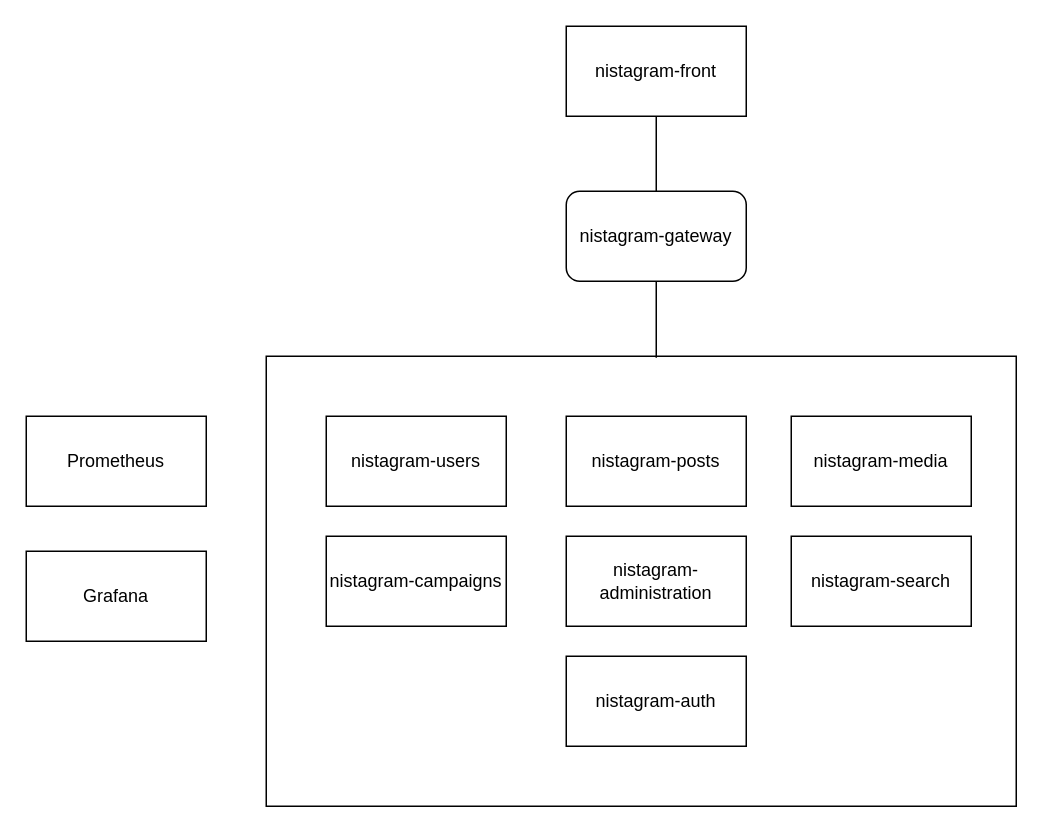
Nistagram-Organization/nistagram-infrastructure keeps this draw.io diagram as infrastructure/nistagram-infrastructure.drawio. Above is the earlier version. Source tidied: cells renumbered, new cells numbered last; positions are measured from the earlier drawing's top-left corner, leaving out a move shared by most shapes. Both pictures are drawn from the tidied source at 150%, with x=0, y=0 at pixel (26, 26).
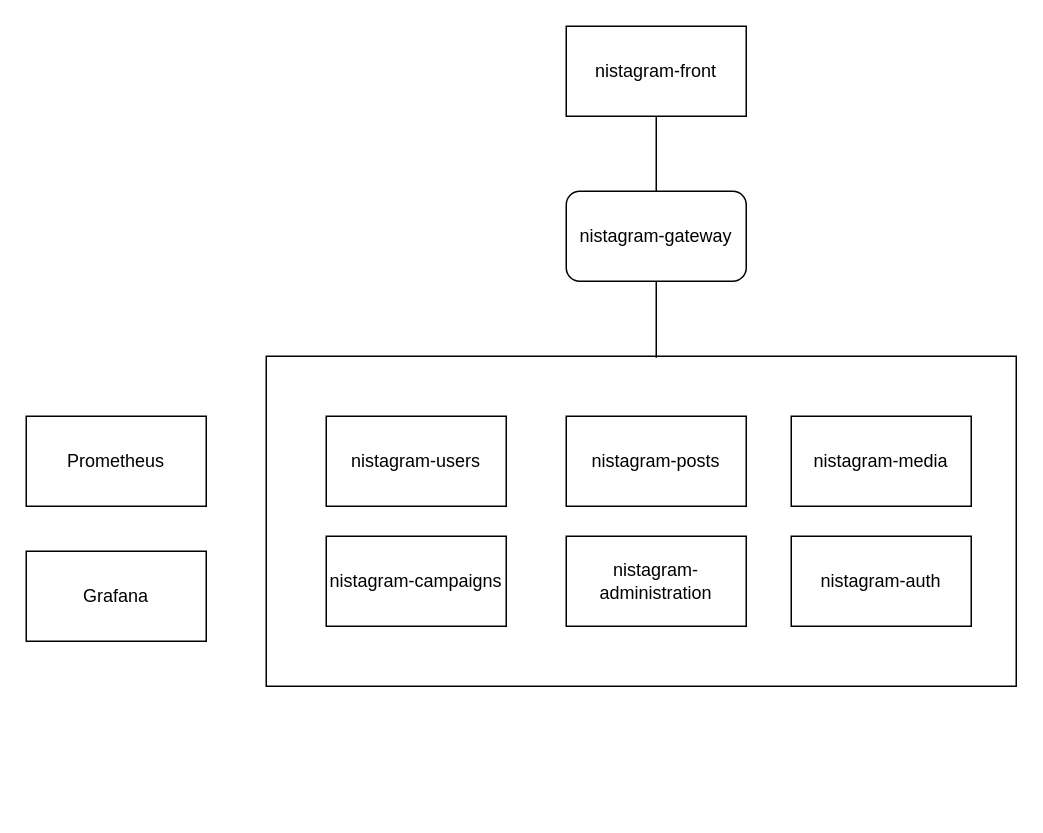
The same diagram, later.

The edit, as a diff of the source:
```diff
@@
 <mxGraphModel>
   <root>
     <mxCell id="0" />
     <mxCell id="1" parent="0" />
     <mxCell id="2" style="rounded=0;whiteSpace=wrap;html=1;" parent="1" vertex="1">
-      <mxGeometry x="160" y="220" width="500" height="300" as="geometry" />
+      <mxGeometry x="160" y="220" width="500" height="220" as="geometry" />
     </mxCell>
     <mxCell id="3" value="nistagram-front" style="rounded=0;whiteSpace=wrap;html=1;" parent="1" vertex="1">
       <mxGeometry x="360" width="120" height="60" as="geometry" />
     </mxCell>
     <mxCell id="4" value="nistagram-gateway" style="rounded=1;whiteSpace=wrap;html=1;" parent="1" vertex="1">
       <mxGeometry x="360" y="110" width="120" height="60" as="geometry" />
     </mxCell>
     <mxCell id="5" value="nistagram-users" style="rounded=0;whiteSpace=wrap;html=1;" parent="1" vertex="1">
       <mxGeometry x="200" y="260" width="120" height="60" as="geometry" />
     </mxCell>
     <mxCell id="6" value="nistagram-posts" style="rounded=0;whiteSpace=wrap;html=1;" parent="1" vertex="1">
       <mxGeometry x="360" y="260" width="120" height="60" as="geometry" />
     </mxCell>
     <mxCell id="7" value="nistagram-media" style="rounded=0;whiteSpace=wrap;html=1;" parent="1" vertex="1">
       <mxGeometry x="510" y="260" width="120" height="60" as="geometry" />
     </mxCell>
     <mxCell id="8" value="nistagram-campaigns" style="rounded=0;whiteSpace=wrap;html=1;" parent="1" vertex="1">
       <mxGeometry x="200" y="340" width="120" height="60" as="geometry" />
     </mxCell>
     <mxCell id="9" value="nistagram-administration" style="rounded=0;whiteSpace=wrap;html=1;" parent="1" vertex="1">
       <mxGeometry x="360" y="340" width="120" height="60" as="geometry" />
     </mxCell>
     <mxCell id="10" value="Prometheus" style="rounded=0;whiteSpace=wrap;html=1;" parent="1" vertex="1">
       <mxGeometry y="260" width="120" height="60" as="geometry" />
     </mxCell>
     <mxCell id="11" value="Grafana" style="rounded=0;whiteSpace=wrap;html=1;" parent="1" vertex="1">
       <mxGeometry y="350" width="120" height="60" as="geometry" />
     </mxCell>
     <mxCell id="12" style="endArrow=none;html=1;strokeColor=#000000;entryX=0.5;entryY=1;entryDx=0;entryDy=0;" parent="1" edge="1" target="4">
       <mxGeometry relative="1" as="geometry">
         <mxPoint x="420" y="221" as="sourcePoint" />
       </mxGeometry>
     </mxCell>
     <mxCell id="13" style="endArrow=none;html=1;strokeColor=#000000;entryX=0.5;entryY=1;entryDx=0;entryDy=0;" parent="1" edge="1" target="3">
       <mxGeometry relative="1" as="geometry">
         <mxPoint x="420" y="110" as="sourcePoint" />
       </mxGeometry>
     </mxCell>
-    <mxCell id="14" value="nistagram-search" style="rounded=0;whiteSpace=wrap;html=1;" parent="1" vertex="1">
-      <mxGeometry x="510" y="340" width="120" height="60" as="geometry" />
-    </mxCell>
     <mxCell id="15" value="nistagram-auth" style="rounded=0;whiteSpace=wrap;html=1;" parent="1" vertex="1">
-      <mxGeometry x="360" y="420" width="120" height="60" as="geometry" />
+      <mxGeometry x="510" y="340" width="120" height="60" as="geometry" />
     </mxCell>
   </root>
 </mxGraphModel>
```
